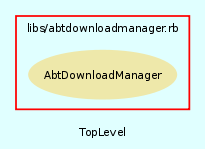
eschabell/abtlinux keeps this Graphviz diagram as src/trunk/doc/dot/f_0.png. Above is the earlier version. Its source is kept beside it as src/trunk/doc/dot/f_0.dot.
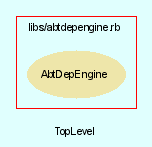
After the change.

Change to the diagram source:
```diff
@@ -13,14 +13,14 @@
     subgraph cluster_1 {
         fontname = Arial
         color = red
-        label = "libs/abtdownloadmanager.rb"
-        AbtDownloadManager [
+        label = "libs/abtdepengine.rb"
+        AbtDepEngine [
             fontcolor = black,
-            URL = "classes/AbtDownloadManager.html",
+            URL = "classes/AbtDepEngine.html",
             shape = ellipse,
             color = palegoldenrod,
             style = filled,
-            label = "AbtDownloadManager"
+            label = "AbtDepEngine"
         ]
 
     }
```
